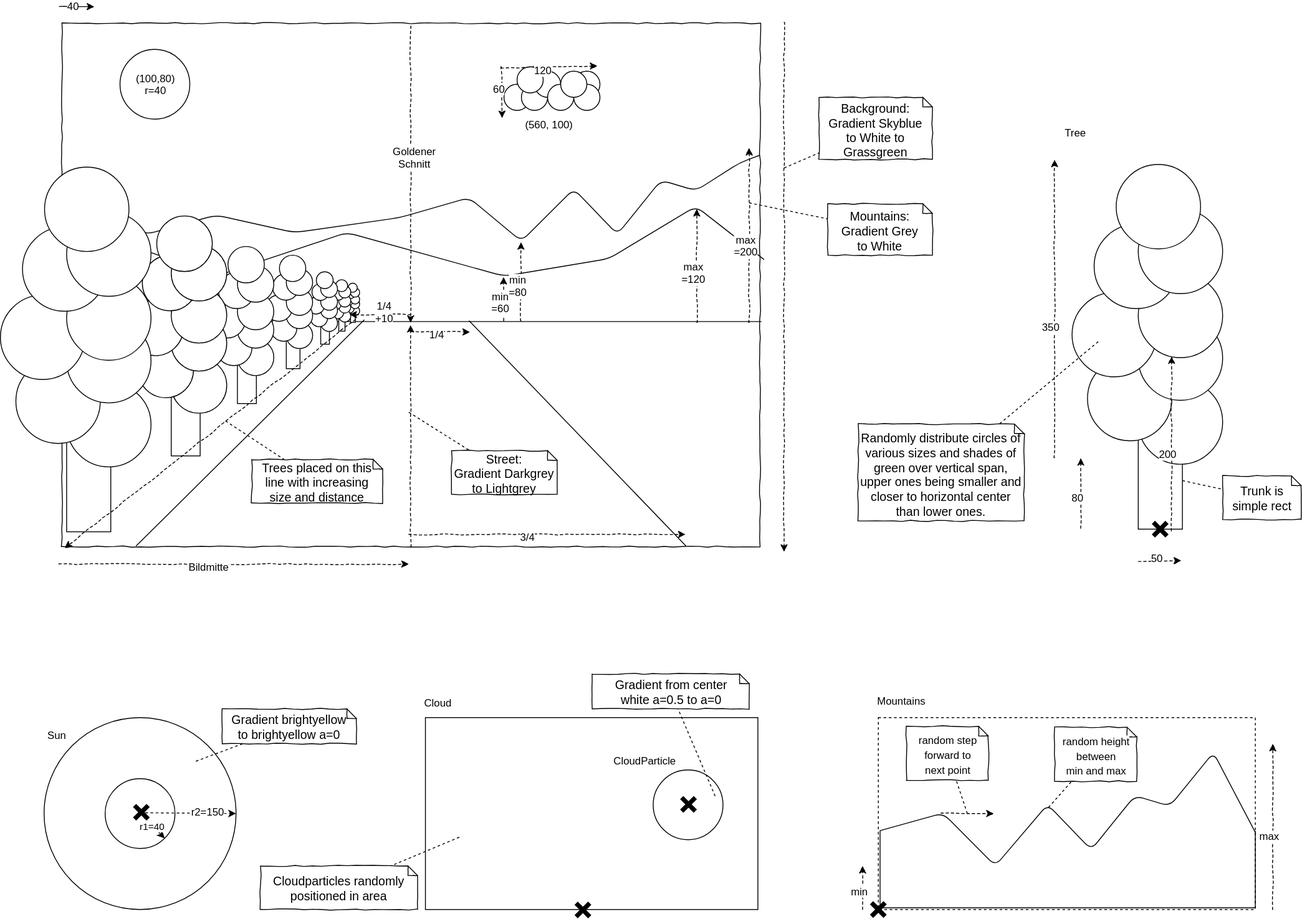
Above: L08_Canvas/Material/draw.io/Alley_Scribble.svg in JirkaDellOro/EIA2-Inverted (draw.io), before the change. Source tidied: cells renumbered, new cells last; positions are measured from the earlier drawing's top-left corner, leaving out a move shared by most shapes.
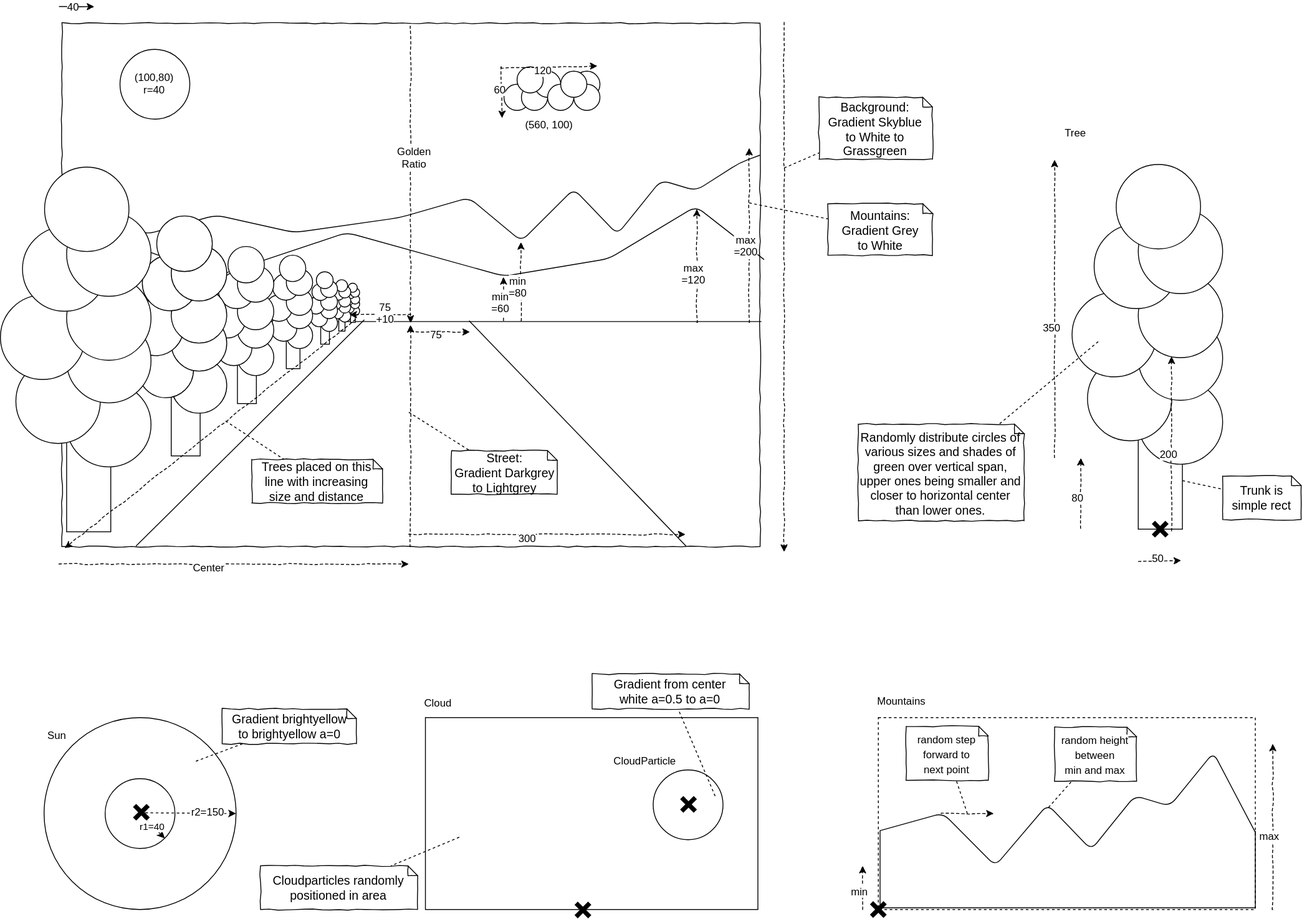
The same diagram one commit later.

Commit message:
L08 Scribble adjusted

Change to the diagram source:
```diff
@@ -298,7 +298,7 @@
         <mxPoint x="468" y="639" as="targetPoint" />
       </mxGeometry>
     </mxCell>
-    <mxCell id="89" value="Bildmitte" style="text;html=1;align=center;verticalAlign=middle;labelBackgroundColor=#ffffff;" parent="88" vertex="1">
+    <mxCell id="89" value="Center" style="text;html=1;align=center;verticalAlign=middle;labelBackgroundColor=#ffffff;" parent="88" vertex="1">
       <mxGeometry x="-0.14" y="-3" relative="1" as="geometry" />
     </mxCell>
     <mxCell id="90" style="rounded=0;html=1;jettySize=auto;orthogonalLoop=1;comic=1;dashed=1;" parent="1" edge="1">
@@ -307,7 +307,7 @@
         <mxPoint x="470" y="362.5" as="targetPoint" />
       </mxGeometry>
     </mxCell>
-    <mxCell id="91" value="Goldener&lt;br&gt;Schnitt" style="text;html=1;align=center;verticalAlign=middle;labelBackgroundColor=#ffffff;" parent="90" vertex="1">
+    <mxCell id="91" value="Golden&lt;br&gt;Ratio" style="text;html=1;align=center;verticalAlign=middle;labelBackgroundColor=#ffffff;" parent="90" vertex="1">
       <mxGeometry x="-0.12" y="4" relative="1" as="geometry" />
     </mxCell>
     <mxCell id="92" style="rounded=0;html=1;jettySize=auto;orthogonalLoop=1;comic=1;" parent="1" edge="1">
@@ -361,7 +361,7 @@
         <mxPoint x="785" y="605" as="targetPoint" />
       </mxGeometry>
     </mxCell>
-    <mxCell id="103" value="3/4" style="text;html=1;align=center;verticalAlign=middle;labelBackgroundColor=#ffffff;" parent="102" vertex="1">
+    <mxCell id="103" value="300" style="text;html=1;align=center;verticalAlign=middle;labelBackgroundColor=#ffffff;" parent="102" vertex="1">
       <mxGeometry x="-0.14" y="-3" relative="1" as="geometry" />
     </mxCell>
     <mxCell id="104" style="rounded=0;html=1;jettySize=auto;orthogonalLoop=1;comic=1;dashed=1;" parent="1" edge="1">
@@ -370,7 +370,7 @@
         <mxPoint x="538" y="373" as="targetPoint" />
       </mxGeometry>
     </mxCell>
-    <mxCell id="105" value="1/4" style="text;html=1;align=center;verticalAlign=middle;labelBackgroundColor=#ffffff;" parent="104" vertex="1">
+    <mxCell id="105" value="75" style="text;html=1;align=center;verticalAlign=middle;labelBackgroundColor=#ffffff;" parent="104" vertex="1">
       <mxGeometry x="-0.14" y="-3" relative="1" as="geometry" />
     </mxCell>
     <mxCell id="106" style="rounded=0;html=1;jettySize=auto;comic=1;dashed=1;entryX=0.004;entryY=1.003;entryDx=0;entryDy=0;entryPerimeter=0;exitX=1;exitY=0.75;exitDx=0;exitDy=0;" parent="1" edge="1" source="19" target="3">
@@ -382,7 +382,7 @@
         <mxPoint x="400" y="353" as="targetPoint" />
       </mxGeometry>
     </mxCell>
-    <mxCell id="108" value="1/4&lt;br&gt;+10" style="text;html=1;align=center;verticalAlign=middle;labelBackgroundColor=#ffffff;" parent="107" vertex="1">
+    <mxCell id="108" value="75&lt;br&gt;+10" style="text;html=1;align=center;verticalAlign=middle;labelBackgroundColor=#ffffff;" parent="107" vertex="1">
       <mxGeometry x="-0.14" y="-3" relative="1" as="geometry" />
     </mxCell>
     <mxCell id="109" value="(560, 100)" style="text;html=1;strokeColor=none;fillColor=none;align=center;verticalAlign=middle;whiteSpace=wrap;rounded=0;" parent="1" vertex="1">
```
